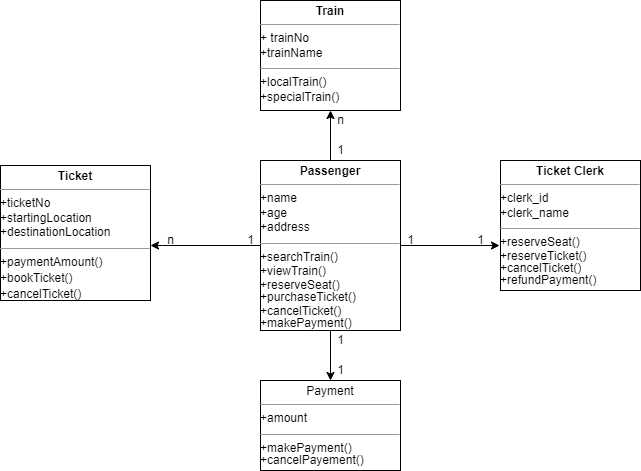
Earlier version of the draw.io export DAY-10/QUESTION-3/CLASS DIAGRAM.drawio .png (sneha-2000/ust-prograd-training). Source tidied: cells renumbered, new cells last; positions are measured from the earlier drawing's top-left corner, leaving out a move shared by most shapes.
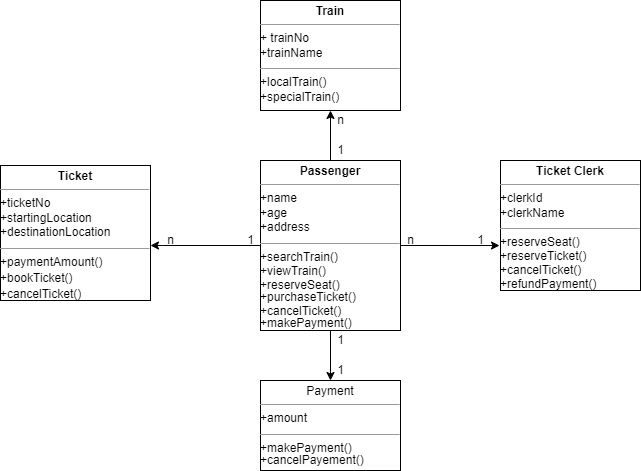
The same diagram one commit later.

The edit, as a diff of the source:
```diff
@@ -28,7 +28,7 @@
     <mxCell id="8" value="&lt;p style=&quot;margin: 0px ; margin-top: 4px ; text-align: center&quot;&gt;&lt;b&gt;Train&lt;/b&gt;&lt;/p&gt;&lt;hr size=&quot;1&quot;&gt;+ trainNo&lt;br&gt;+trainName&lt;br&gt;&lt;div style=&quot;height: 2px&quot;&gt;&lt;/div&gt;&lt;hr size=&quot;1&quot;&gt;+localTrain()&lt;br&gt;+specialTrain()&lt;br&gt;&lt;div style=&quot;height: 2px&quot;&gt;&lt;/div&gt;" style="verticalAlign=top;align=left;overflow=fill;fontSize=12;fontFamily=Helvetica;html=1;" parent="1" vertex="1">
       <mxGeometry x="260" width="140" height="110" as="geometry" />
     </mxCell>
-    <mxCell id="9" value="&lt;p style=&quot;margin: 0px ; margin-top: 4px ; text-align: center&quot;&gt;&lt;b&gt;Ticket Clerk&lt;/b&gt;&lt;/p&gt;&lt;hr size=&quot;1&quot;&gt;+clerk_id&lt;br&gt;+clerk_name&lt;br&gt;&lt;div style=&quot;height: 2px&quot;&gt;&lt;/div&gt;&lt;hr size=&quot;1&quot;&gt;&lt;div style=&quot;height: 2px&quot;&gt;+reserveSeat()&lt;/div&gt;&lt;div style=&quot;height: 2px&quot;&gt;&lt;br&gt;&lt;/div&gt;&lt;div style=&quot;height: 2px&quot;&gt;&lt;br&gt;&lt;/div&gt;&lt;div style=&quot;height: 2px&quot;&gt;&lt;br&gt;&lt;/div&gt;&lt;div style=&quot;height: 2px&quot;&gt;&lt;br&gt;&lt;/div&gt;&lt;div style=&quot;height: 2px&quot;&gt;&lt;br&gt;&lt;/div&gt;&lt;div style=&quot;height: 2px&quot;&gt;&lt;br&gt;&lt;/div&gt;&lt;div style=&quot;height: 2px&quot;&gt;&lt;span&gt;+reserveTicket()&lt;/span&gt;&lt;br&gt;&lt;/div&gt;&lt;div style=&quot;height: 2px&quot;&gt;&lt;br&gt;&lt;/div&gt;&lt;div style=&quot;height: 2px&quot;&gt;&lt;br&gt;&lt;/div&gt;&lt;div style=&quot;height: 2px&quot;&gt;&lt;br&gt;&lt;/div&gt;&lt;div style=&quot;height: 2px&quot;&gt;&lt;br&gt;&lt;/div&gt;&lt;div style=&quot;height: 2px&quot;&gt;&lt;br&gt;&lt;/div&gt;&lt;div style=&quot;height: 2px&quot;&gt;+cancelTicket()&lt;/div&gt;&lt;div style=&quot;height: 2px&quot;&gt;&lt;br&gt;&lt;/div&gt;&lt;div style=&quot;height: 2px&quot;&gt;&lt;br&gt;&lt;/div&gt;&lt;div style=&quot;height: 2px&quot;&gt;&lt;br&gt;&lt;/div&gt;&lt;div style=&quot;height: 2px&quot;&gt;&lt;br&gt;&lt;/div&gt;&lt;div style=&quot;height: 2px&quot;&gt;&lt;br&gt;&lt;/div&gt;&lt;div style=&quot;height: 2px&quot;&gt;+refundPayment()&lt;/div&gt;" style="verticalAlign=top;align=left;overflow=fill;fontSize=12;fontFamily=Helvetica;html=1;" parent="1" vertex="1">
+    <mxCell id="9" value="&lt;p style=&quot;margin: 0px ; margin-top: 4px ; text-align: center&quot;&gt;&lt;b&gt;Ticket Clerk&lt;/b&gt;&lt;/p&gt;&lt;hr size=&quot;1&quot;&gt;+clerkId&lt;br&gt;+clerkName&lt;br&gt;&lt;div style=&quot;height: 2px&quot;&gt;&lt;/div&gt;&lt;hr size=&quot;1&quot;&gt;&lt;div style=&quot;height: 2px&quot;&gt;+reserveSeat()&lt;/div&gt;&lt;div style=&quot;height: 2px&quot;&gt;&lt;br&gt;&lt;/div&gt;&lt;div style=&quot;height: 2px&quot;&gt;&lt;br&gt;&lt;/div&gt;&lt;div style=&quot;height: 2px&quot;&gt;&lt;br&gt;&lt;/div&gt;&lt;div style=&quot;height: 2px&quot;&gt;&lt;br&gt;&lt;/div&gt;&lt;div style=&quot;height: 2px&quot;&gt;&lt;br&gt;&lt;/div&gt;&lt;div style=&quot;height: 2px&quot;&gt;&lt;br&gt;&lt;/div&gt;&lt;div style=&quot;height: 2px&quot;&gt;&lt;span&gt;+reserveTicket()&lt;/span&gt;&lt;br&gt;&lt;/div&gt;&lt;div style=&quot;height: 2px&quot;&gt;&lt;br&gt;&lt;/div&gt;&lt;div style=&quot;height: 2px&quot;&gt;&lt;br&gt;&lt;/div&gt;&lt;div style=&quot;height: 2px&quot;&gt;&lt;br&gt;&lt;/div&gt;&lt;div style=&quot;height: 2px&quot;&gt;&lt;br&gt;&lt;/div&gt;&lt;div style=&quot;height: 2px&quot;&gt;&lt;br&gt;&lt;/div&gt;&lt;div style=&quot;height: 2px&quot;&gt;&lt;br&gt;&lt;/div&gt;&lt;div style=&quot;height: 2px&quot;&gt;+cancelTicket()&lt;/div&gt;&lt;div style=&quot;height: 2px&quot;&gt;&lt;br&gt;&lt;/div&gt;&lt;div style=&quot;height: 2px&quot;&gt;&lt;br&gt;&lt;/div&gt;&lt;div style=&quot;height: 2px&quot;&gt;&lt;br&gt;&lt;/div&gt;&lt;div style=&quot;height: 2px&quot;&gt;&lt;br&gt;&lt;/div&gt;&lt;div style=&quot;height: 2px&quot;&gt;&lt;br&gt;&lt;/div&gt;&lt;div style=&quot;height: 2px&quot;&gt;&lt;br&gt;&lt;/div&gt;&lt;div style=&quot;height: 2px&quot;&gt;+refundPayment()&lt;/div&gt;" style="verticalAlign=top;align=left;overflow=fill;fontSize=12;fontFamily=Helvetica;html=1;" parent="1" vertex="1">
       <mxGeometry x="500" y="160" width="140" height="130" as="geometry" />
     </mxCell>
     <mxCell id="10" value="&lt;p style=&quot;margin: 0px ; margin-top: 4px ; text-align: center&quot;&gt;&lt;b&gt;Ticket&lt;/b&gt;&lt;/p&gt;&lt;hr size=&quot;1&quot;&gt;+ticketNo&lt;br&gt;+startingLocation&lt;br&gt;+destinationLocation&lt;br&gt;&lt;div style=&quot;height: 2px&quot;&gt;&lt;/div&gt;&lt;hr size=&quot;1&quot;&gt;&lt;div style=&quot;height: 2px&quot;&gt;+paymentAmount()&lt;/div&gt;&lt;div style=&quot;height: 2px&quot;&gt;&lt;br&gt;&lt;/div&gt;&lt;div style=&quot;height: 2px&quot;&gt;&lt;br&gt;&lt;/div&gt;&lt;div style=&quot;height: 2px&quot;&gt;&lt;br&gt;&lt;/div&gt;&lt;div style=&quot;height: 2px&quot;&gt;&lt;br&gt;&lt;/div&gt;&lt;div style=&quot;height: 2px&quot;&gt;&lt;br&gt;&lt;/div&gt;&lt;div style=&quot;height: 2px&quot;&gt;&lt;br&gt;&lt;/div&gt;&lt;div style=&quot;height: 2px&quot;&gt;&lt;br&gt;&lt;/div&gt;&lt;div style=&quot;height: 2px&quot;&gt;+bookTicket()&lt;/div&gt;&lt;div style=&quot;height: 2px&quot;&gt;&lt;br&gt;&lt;/div&gt;&lt;div style=&quot;height: 2px&quot;&gt;&lt;br&gt;&lt;/div&gt;&lt;div style=&quot;height: 2px&quot;&gt;&lt;br&gt;&lt;/div&gt;&lt;div style=&quot;height: 2px&quot;&gt;&lt;br&gt;&lt;/div&gt;&lt;div style=&quot;height: 2px&quot;&gt;&lt;br&gt;&lt;/div&gt;&lt;div style=&quot;height: 2px&quot;&gt;&lt;br&gt;&lt;/div&gt;&lt;div style=&quot;height: 2px&quot;&gt;&lt;br&gt;&lt;/div&gt;&lt;div style=&quot;height: 2px&quot;&gt;+cancelTicket()&lt;/div&gt;&lt;div style=&quot;height: 2px&quot;&gt;&lt;br&gt;&lt;/div&gt;&lt;div style=&quot;height: 2px&quot;&gt;&lt;br&gt;&lt;/div&gt;" style="verticalAlign=top;align=left;overflow=fill;fontSize=12;fontFamily=Helvetica;html=1;" parent="1" vertex="1">
@@ -55,7 +55,7 @@
     <mxCell id="17" value="n" style="text;html=1;align=center;verticalAlign=middle;strokeColor=none;fillColor=none;" parent="1" vertex="1">
       <mxGeometry x="330" y="110" width="20" height="20" as="geometry" />
     </mxCell>
-    <mxCell id="18" value="1" style="text;html=1;align=center;verticalAlign=middle;strokeColor=none;fillColor=none;" parent="1" vertex="1">
+    <mxCell id="18" value="n" style="text;html=1;align=center;verticalAlign=middle;strokeColor=none;fillColor=none;" parent="1" vertex="1">
       <mxGeometry x="400" y="230" width="20" height="20" as="geometry" />
     </mxCell>
   </root>
```
